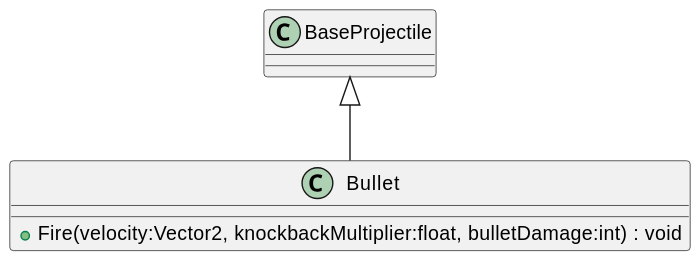
This is UML/Combat/Bullet.svg from KawinM23/TakeControl, a PlantUML export, as it was before one commit.
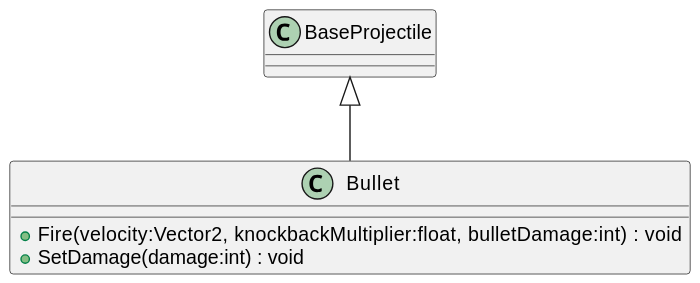
Later version of the same file.

Diff of the diagram source:
```diff
@@ -1,6 +1,7 @@
 @startuml
 class Bullet {
     + Fire(velocity:Vector2, knockbackMultiplier:float, bulletDamage:int) : void
+    + SetDamage(damage:int) : void
 }
 BaseProjectile <|-- Bullet
 @enduml
```
